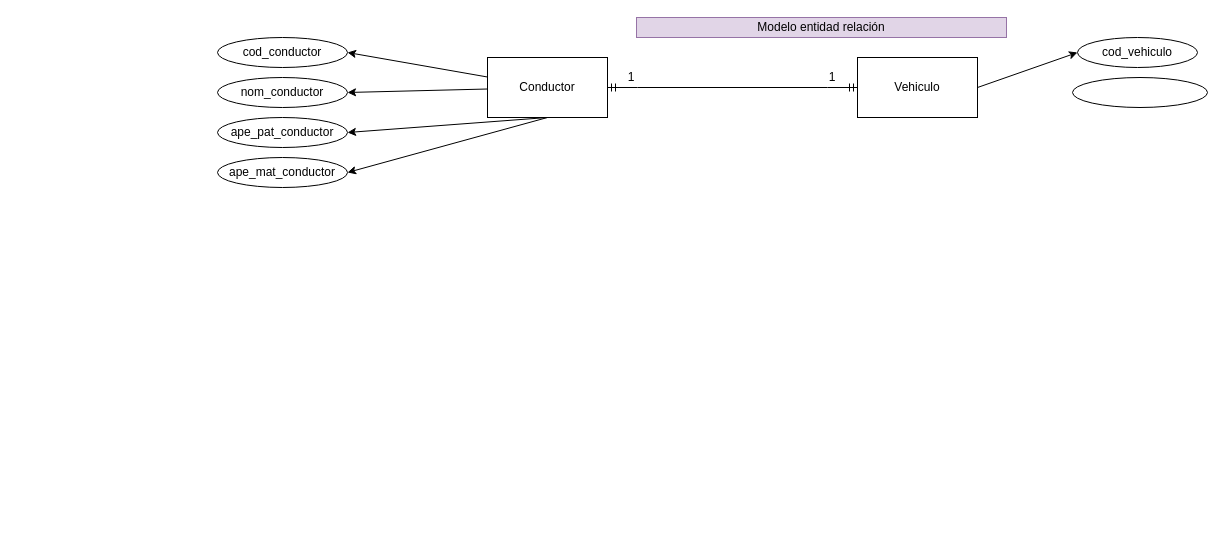
Above: DiagramaEntidad-Relacion-Vehicular.drawio in karinaVenus/PracticeInBootCamp (draw.io), before the change. Source tidied: cells renumbered, new cells numbered last; positions are measured from the earlier drawing's top-left corner, leaving out a move shared by most shapes. Both pictures are drawn from the tidied source at 100%, with x=0, y=0 at pixel (217, 17).
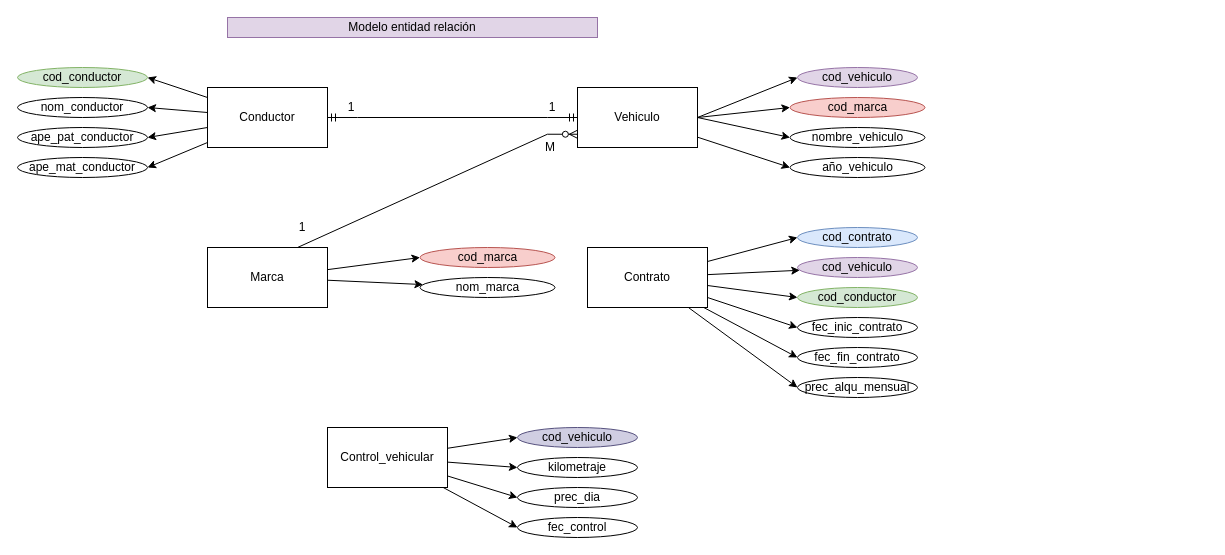
Above is the later version.

The edit, as a diff of the source:
```diff
@@
+    <mxCell id="14" style="rounded=0;jettySize=auto;html=1;entryX=1;entryY=0.5;entryDx=0;entryDy=0;" parent="1" edge="1" source="3" target="10">
+      <mxGeometry relative="1" as="geometry" />
+    </mxCell>
+    <mxCell id="16" style="rounded=0;jettySize=auto;html=1;entryX=1;entryY=0.5;entryDx=0;entryDy=0;" parent="1" edge="1" source="3" target="12">
+      <mxGeometry relative="1" as="geometry" />
+    </mxCell>
-    <mxCell id="2" style="rounded=0;jettySize=auto;html=1;exitX=0.5;exitY=1;exitDx=0;exitDy=0;entryX=1;entryY=0.5;entryDx=0;entryDy=0;" parent="1" edge="1" source="3" target="13">
+    <mxCell id="2" style="rounded=0;jettySize=auto;html=1;entryX=1;entryY=0.5;entryDx=0;entryDy=0;" parent="1" edge="1" source="3" target="13">
       <mxGeometry relative="1" as="geometry" />
     </mxCell>
     <mxCell id="3" value="Conductor" style="rounded=0;whiteSpace=wrap;html=1;" parent="1" vertex="1">
-      <mxGeometry x="270" y="40" width="120" height="60" as="geometry" />
+      <mxGeometry x="-10" y="70" width="120" height="60" as="geometry" />
     </mxCell>
@@
+    <mxCell id="19" style="rounded=0;jettySize=auto;html=1;exitX=1;exitY=0.5;exitDx=0;exitDy=0;entryX=0;entryY=0.5;entryDx=0;entryDy=0;" parent="1" edge="1" source="5" target="18">
+      <mxGeometry relative="1" as="geometry" />
+    </mxCell>
+    <mxCell id="20" style="rounded=0;jettySize=auto;html=1;entryX=0;entryY=0.5;entryDx=0;entryDy=0;" parent="1" edge="1" source="5" target="38">
+      <mxGeometry relative="1" as="geometry" />
+    </mxCell>
     <mxCell id="5" value="Vehiculo" style="rounded=0;whiteSpace=wrap;html=1;" parent="1" vertex="1">
-      <mxGeometry x="640" y="40" width="120" height="60" as="geometry" />
+      <mxGeometry x="360" y="70" width="120" height="60" as="geometry" />
     </mxCell>
     <mxCell id="6" value="Modelo entidad relación" style="rounded=0;whiteSpace=wrap;html=1;fillColor=#e1d5e7;strokeColor=#9673a6;" parent="1" vertex="1">
-      <mxGeometry x="419" width="370" height="20" as="geometry" />
+      <mxGeometry x="10" width="370" height="20" as="geometry" />
     </mxCell>
@@
     <mxCell id="8" value="1" style="rounded=0;whiteSpace=wrap;html=1;strokeColor=none;fillColor=none;" parent="1" vertex="1">
-      <mxGeometry x="409" y="50" width="10" height="20" as="geometry" />
+      <mxGeometry x="129" y="80" width="10" height="20" as="geometry" />
     </mxCell>
     <mxCell id="9" value="1" style="rounded=0;whiteSpace=wrap;html=1;strokeColor=none;fillColor=none;" parent="1" vertex="1">
-      <mxGeometry x="610" y="50" width="10" height="20" as="geometry" />
+      <mxGeometry x="330" y="80" width="10" height="20" as="geometry" />
     </mxCell>
-    <mxCell id="10" value="cod_conductor" style="ellipse;whiteSpace=wrap;html=1;" parent="1" vertex="1">
-      <mxGeometry y="20" width="130" height="30" as="geometry" />
+    <mxCell id="10" value="cod_conductor" style="ellipse;whiteSpace=wrap;html=1;fillColor=#d5e8d4;strokeColor=#82b366;" parent="1" vertex="1">
+      <mxGeometry x="-200" y="50" width="130" height="20" as="geometry" />
     </mxCell>
     <mxCell id="11" value="nom_conductor" style="ellipse;whiteSpace=wrap;html=1;" parent="1" vertex="1">
-      <mxGeometry y="60" width="130" height="30" as="geometry" />
+      <mxGeometry x="-200" y="80" width="130" height="20" as="geometry" />
     </mxCell>
     <mxCell id="12" value="ape_pat_conductor" style="ellipse;whiteSpace=wrap;html=1;" parent="1" vertex="1">
-      <mxGeometry y="100" width="130" height="30" as="geometry" />
+      <mxGeometry x="-200" y="110" width="130" height="20" as="geometry" />
     </mxCell>
     <mxCell id="13" value="ape_mat_conductor" style="ellipse;whiteSpace=wrap;html=1;" parent="1" vertex="1">
-      <mxGeometry y="140" width="130" height="30" as="geometry" />
+      <mxGeometry x="-200" y="140" width="130" height="20" as="geometry" />
     </mxCell>
-    <mxCell id="14" style="rounded=0;jettySize=auto;html=1;entryX=1;entryY=0.5;entryDx=0;entryDy=0;" parent="1" edge="1" source="3" target="10">
-      <mxGeometry relative="1" as="geometry" />
-    </mxCell>
@@
-    <mxCell id="16" style="rounded=0;jettySize=auto;html=1;exitX=0.5;exitY=1;exitDx=0;exitDy=0;entryX=1;entryY=0.5;entryDx=0;entryDy=0;" parent="1" edge="1" source="3" target="12">
-      <mxGeometry relative="1" as="geometry" />
-    </mxCell>
-    <mxCell id="17" value="cod_vehiculo" style="ellipse;whiteSpace=wrap;html=1;" parent="1" vertex="1">
-      <mxGeometry x="860" y="20" width="120" height="30" as="geometry" />
+    <mxCell id="17" value="cod_vehiculo" style="ellipse;whiteSpace=wrap;html=1;fillColor=#e1d5e7;strokeColor=#9673a6;" parent="1" vertex="1">
+      <mxGeometry x="580" y="50" width="120" height="20" as="geometry" />
     </mxCell>
-    <mxCell id="18" style="ellipse;whiteSpace=wrap;html=1;" parent="1" vertex="1">
-      <mxGeometry x="855" y="60" width="135" height="30" as="geometry" />
+    <mxCell id="18" value="cod_marca" style="ellipse;whiteSpace=wrap;html=1;fillColor=#f8cecc;strokeColor=#b85450;" parent="1" vertex="1">
+      <mxGeometry x="572.5" y="80" width="135" height="20" as="geometry" />
     </mxCell>
+    <mxCell id="21" style="rounded=0;jettySize=auto;html=1;exitX=1;exitY=0.5;exitDx=0;exitDy=0;entryX=0;entryY=0.5;entryDx=0;entryDy=0;" parent="1" edge="1" source="5" target="22">
+      <mxGeometry relative="1" as="geometry" />
+    </mxCell>
+    <mxCell id="22" value="nombre_vehiculo" style="ellipse;whiteSpace=wrap;html=1;" parent="1" vertex="1">
+      <mxGeometry x="572.5" y="110" width="135" height="20" as="geometry" />
+    </mxCell>
+    <mxCell id="23" style="rounded=0;jettySize=auto;html=1;entryX=0;entryY=0.5;entryDx=0;entryDy=0;" parent="1" edge="1" source="25" target="26">
+      <mxGeometry relative="1" as="geometry" />
+    </mxCell>
+    <mxCell id="24" style="rounded=0;jettySize=auto;html=1;" parent="1" edge="1" source="25" target="27">
+      <mxGeometry relative="1" as="geometry" />
+    </mxCell>
+    <mxCell id="25" value="Marca" style="rounded=0;whiteSpace=wrap;html=1;" parent="1" vertex="1">
+      <mxGeometry x="-10" y="230" width="120" height="60" as="geometry" />
+    </mxCell>
+    <mxCell id="26" value="cod_marca" style="ellipse;whiteSpace=wrap;html=1;fillColor=#f8cecc;strokeColor=#b85450;" parent="1" vertex="1">
+      <mxGeometry x="202.5" y="230" width="135" height="20" as="geometry" />
+    </mxCell>
+    <mxCell id="27" value="nom_marca" style="ellipse;whiteSpace=wrap;html=1;" parent="1" vertex="1">
+      <mxGeometry x="202.5" y="260" width="135" height="20" as="geometry" />
+    </mxCell>
+    <mxCell id="28" style="rounded=0;jettySize=auto;html=1;entryX=0;entryY=0.5;entryDx=0;entryDy=0;" parent="1" edge="1" source="34" target="35">
+      <mxGeometry relative="1" as="geometry" />
+    </mxCell>
+    <mxCell id="29" style="rounded=0;jettySize=auto;html=1;" parent="1" edge="1" source="34" target="36">
+      <mxGeometry relative="1" as="geometry" />
+    </mxCell>
+    <mxCell id="30" style="rounded=0;jettySize=auto;html=1;entryX=0;entryY=0.5;entryDx=0;entryDy=0;" parent="1" edge="1" source="34" target="37">
+      <mxGeometry relative="1" as="geometry" />
+    </mxCell>
+    <mxCell id="31" style="rounded=0;jettySize=auto;html=1;entryX=0;entryY=0.5;entryDx=0;entryDy=0;" parent="1" edge="1" source="34" target="42">
+      <mxGeometry relative="1" as="geometry" />
+    </mxCell>
+    <mxCell id="32" style="rounded=0;jettySize=auto;html=1;entryX=0;entryY=0.5;entryDx=0;entryDy=0;" parent="1" edge="1" source="34" target="43">
+      <mxGeometry relative="1" as="geometry" />
+    </mxCell>
+    <mxCell id="33" style="rounded=0;jettySize=auto;html=1;entryX=0;entryY=0.5;entryDx=0;entryDy=0;" parent="1" edge="1" source="34" target="44">
+      <mxGeometry relative="1" as="geometry" />
+    </mxCell>
+    <mxCell id="34" value="Contrato" style="rounded=0;whiteSpace=wrap;html=1;" parent="1" vertex="1">
+      <mxGeometry x="370" y="230" width="120" height="60" as="geometry" />
+    </mxCell>
+    <mxCell id="35" value="cod_contrato" style="ellipse;whiteSpace=wrap;html=1;fillColor=#dae8fc;strokeColor=#6c8ebf;" parent="1" vertex="1">
+      <mxGeometry x="580" y="210" width="120" height="20" as="geometry" />
+    </mxCell>
+    <mxCell id="36" value="cod_vehiculo" style="ellipse;whiteSpace=wrap;html=1;fillColor=#e1d5e7;strokeColor=#9673a6;" parent="1" vertex="1">
+      <mxGeometry x="580" y="240" width="120" height="20" as="geometry" />
+    </mxCell>
+    <mxCell id="37" value="cod_conductor" style="ellipse;whiteSpace=wrap;html=1;fillColor=#d5e8d4;strokeColor=#82b366;" parent="1" vertex="1">
+      <mxGeometry x="580" y="270" width="120" height="20" as="geometry" />
+    </mxCell>
+    <mxCell id="38" value="año_vehiculo" style="ellipse;whiteSpace=wrap;html=1;" parent="1" vertex="1">
+      <mxGeometry x="572.5" y="140" width="135" height="20" as="geometry" />
+    </mxCell>
+    <mxCell id="39" style="edgeStyle=entityRelationEdgeStyle;fontSize=12;html=1;endArrow=ERzeroToMany;endFill=1;rounded=0;exitX=0.5;exitY=0;exitDx=0;exitDy=0;entryX=-0.001;entryY=0.779;entryDx=0;entryDy=0;entryPerimeter=0;" parent="1" edge="1" source="25" target="5">
+      <mxGeometry relative="1" as="geometry">
+        <Array as="points">
+          <mxPoint x="350" y="120" />
+          <mxPoint x="360" y="110" />
+          <mxPoint x="350" y="110" />
+          <mxPoint x="350" y="110" />
+          <mxPoint x="380" y="130" />
+          <mxPoint x="350" y="110" />
+        </Array>
+      </mxGeometry>
+    </mxCell>
+    <mxCell id="40" value="1" style="rounded=0;whiteSpace=wrap;html=1;strokeColor=none;fillColor=none;" parent="1" vertex="1">
+      <mxGeometry x="80" y="200" width="10" height="20" as="geometry" />
+    </mxCell>
+    <mxCell id="41" value="M" style="rounded=0;whiteSpace=wrap;html=1;strokeColor=none;fillColor=none;" parent="1" vertex="1">
+      <mxGeometry x="327.5" y="120" width="10" height="20" as="geometry" />
+    </mxCell>
+    <mxCell id="42" value="fec_inic_contrato" style="ellipse;whiteSpace=wrap;html=1;fillColor=none;" parent="1" vertex="1">
+      <mxGeometry x="580" y="300" width="120" height="20" as="geometry" />
+    </mxCell>
+    <mxCell id="43" value="fec_fin_contrato" style="ellipse;whiteSpace=wrap;html=1;fillColor=none;" parent="1" vertex="1">
+      <mxGeometry x="580" y="330" width="120" height="20" as="geometry" />
+    </mxCell>
+    <mxCell id="44" value="prec_alqu_mensual" style="ellipse;whiteSpace=wrap;html=1;fillColor=none;" parent="1" vertex="1">
+      <mxGeometry x="580" y="360" width="120" height="20" as="geometry" />
+    </mxCell>
+    <mxCell id="45" style="rounded=0;jettySize=auto;html=1;" parent="1" edge="1" source="49">
+      <mxGeometry relative="1" as="geometry">
+        <mxPoint x="300" y="420" as="targetPoint" />
+      </mxGeometry>
+    </mxCell>
+    <mxCell id="46" style="rounded=0;jettySize=auto;html=1;entryX=0;entryY=0.5;entryDx=0;entryDy=0;" parent="1" edge="1" source="49" target="51">
+      <mxGeometry relative="1" as="geometry" />
+    </mxCell>
+    <mxCell id="47" style="rounded=0;jettySize=auto;html=1;entryX=0;entryY=0.5;entryDx=0;entryDy=0;" parent="1" edge="1" source="49" target="52">
+      <mxGeometry relative="1" as="geometry" />
+    </mxCell>
+    <mxCell id="48" style="rounded=0;jettySize=auto;html=1;entryX=0;entryY=0.5;entryDx=0;entryDy=0;" parent="1" edge="1" source="49" target="53">
+      <mxGeometry relative="1" as="geometry" />
+    </mxCell>
+    <mxCell id="49" value="Control_vehicular" style="rounded=0;whiteSpace=wrap;html=1;" parent="1" vertex="1">
+      <mxGeometry x="110" y="410" width="120" height="60" as="geometry" />
+    </mxCell>
+    <mxCell id="50" value="cod_vehiculo" style="ellipse;whiteSpace=wrap;html=1;fillColor=#d0cee2;strokeColor=#56517e;" parent="1" vertex="1">
+      <mxGeometry x="300" y="410" width="120" height="20" as="geometry" />
+    </mxCell>
+    <mxCell id="51" value="kilometraje" style="ellipse;whiteSpace=wrap;html=1;fillColor=none;" parent="1" vertex="1">
+      <mxGeometry x="300" y="440" width="120" height="20" as="geometry" />
+    </mxCell>
+    <mxCell id="52" value="prec_dia" style="ellipse;whiteSpace=wrap;html=1;fillColor=none;" parent="1" vertex="1">
+      <mxGeometry x="300" y="470" width="120" height="20" as="geometry" />
+    </mxCell>
+    <mxCell id="53" value="fec_control" style="ellipse;whiteSpace=wrap;html=1;fillColor=none;" parent="1" vertex="1">
+      <mxGeometry x="300" y="500" width="120" height="20" as="geometry" />
+    </mxCell>
```
